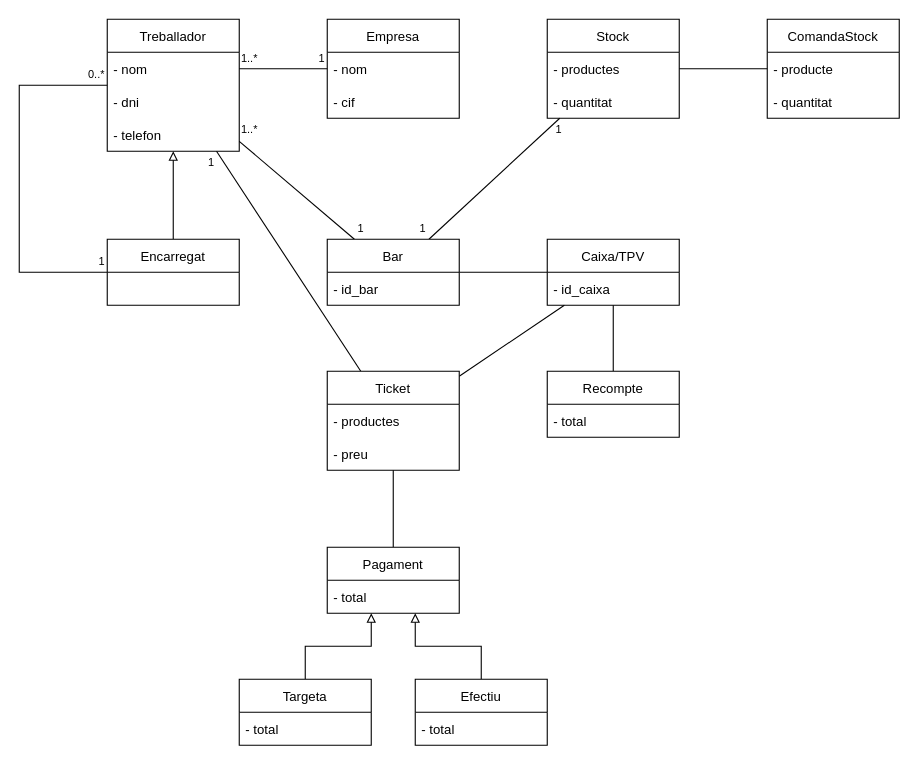
The draw.io diagram diagramaClasses.drawio in acarbonell99/projecteFinal, before the edit. Source tidied: cells renumbered, new cells numbered last; positions are measured from the earlier drawing's top-left corner, leaving out a move shared by most shapes. Both pictures are drawn from the tidied source at 110%, with x=0, y=0 at pixel (19, 19).
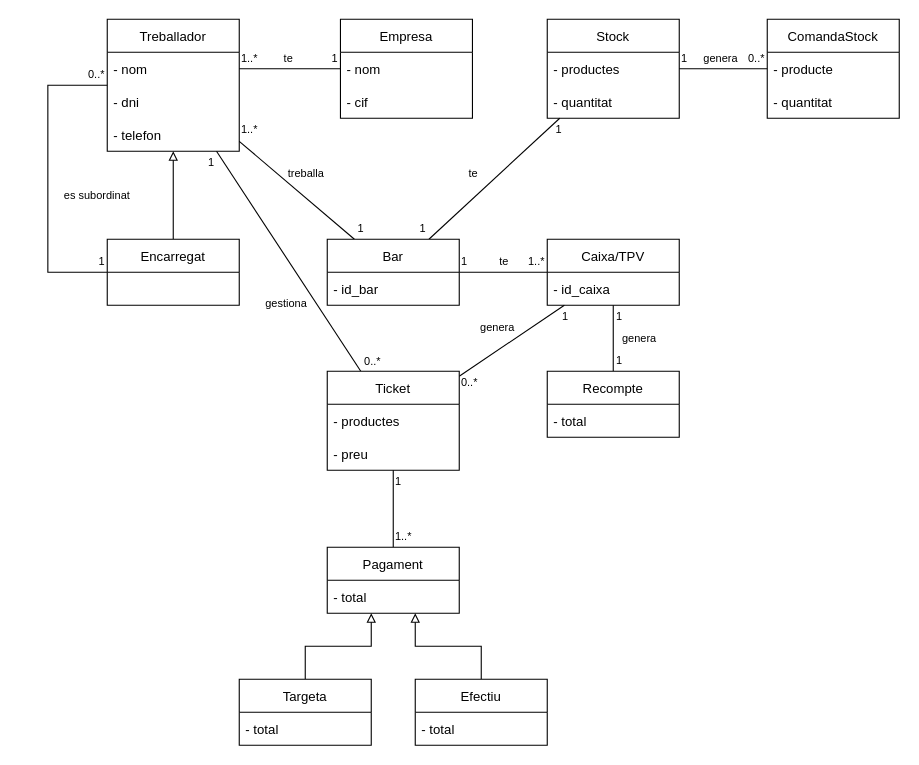
The same diagram, later.

Unchanged cells that the change refers to:
```xml
<mxCell id="8" value="Treballador" style="swimlane;fontStyle=0;horizontal=1;startSize=30;" parent="1" vertex="1">
  <mxGeometry x="80" width="120" height="120" as="geometry" />
</mxCell>
<mxCell id="13" value="Encarregat" style="swimlane;fontStyle=0;horizontal=1;startSize=30;" parent="1" vertex="1">
  <mxGeometry x="80" y="200" width="120" height="60" as="geometry" />
</mxCell>
```

The edit, as a diff of the source:
```diff
@@
     <mxCell id="2" value="Empresa" style="swimlane;fontStyle=0;horizontal=1;startSize=30;" parent="1" vertex="1">
-      <mxGeometry x="280" width="120" height="90" as="geometry" />
+      <mxGeometry x="292" width="120" height="90" as="geometry" />
     </mxCell>
@@
     <mxCell id="5" style="edgeStyle=orthogonalEdgeStyle;rounded=0;jettySize=auto;html=1;endArrow=none;endFill=0;" parent="1" edge="1" source="8" target="13">
       <mxGeometry relative="1" as="geometry">
         <Array as="points">
-          <mxPoint y="60" />
-          <mxPoint y="230" />
+          <mxPoint x="26" y="60" />
+          <mxPoint x="26" y="230" />
         </Array>
       </mxGeometry>
     </mxCell>
@@
     <mxCell id="45" value="&lt;font style=&quot;font-size: 10px&quot;&gt;1&lt;/font&gt;" style="text;html=1;strokeColor=none;fillColor=none;align=right;verticalAlign=middle;whiteSpace=wrap;rounded=0;" parent="1" vertex="1">
-      <mxGeometry x="254" y="25" width="26" height="20" as="geometry" />
+      <mxGeometry x="266" y="25" width="26" height="20" as="geometry" />
     </mxCell>
@@
+    <mxCell id="53" value="&lt;font style=&quot;font-size: 10px&quot;&gt;1&lt;/font&gt;" style="text;html=1;strokeColor=none;fillColor=none;align=left;verticalAlign=middle;whiteSpace=wrap;rounded=0;" parent="1" vertex="1">
+      <mxGeometry x="600" y="25" width="26" height="20" as="geometry" />
+    </mxCell>
+    <mxCell id="54" value="&lt;font style=&quot;font-size: 10px&quot;&gt;0..*&lt;/font&gt;" style="text;html=1;strokeColor=none;fillColor=none;align=right;verticalAlign=middle;whiteSpace=wrap;rounded=0;" parent="1" vertex="1">
+      <mxGeometry x="654" y="25" width="26" height="20" as="geometry" />
+    </mxCell>
+    <mxCell id="55" value="&lt;font style=&quot;font-size: 10px&quot;&gt;1&lt;/font&gt;" style="text;html=1;strokeColor=none;fillColor=none;align=left;verticalAlign=middle;whiteSpace=wrap;rounded=0;" parent="1" vertex="1">
+      <mxGeometry x="400" y="210" width="26" height="20" as="geometry" />
+    </mxCell>
+    <mxCell id="56" value="&lt;font style=&quot;font-size: 10px&quot;&gt;1..*&lt;/font&gt;" style="text;html=1;strokeColor=none;fillColor=none;align=right;verticalAlign=middle;whiteSpace=wrap;rounded=0;" parent="1" vertex="1">
+      <mxGeometry x="454" y="210" width="26" height="20" as="geometry" />
+    </mxCell>
+    <mxCell id="57" value="&lt;font style=&quot;font-size: 10px&quot;&gt;1&lt;/font&gt;" style="text;html=1;strokeColor=none;fillColor=none;align=left;verticalAlign=middle;whiteSpace=wrap;rounded=0;" parent="1" vertex="1">
+      <mxGeometry x="541" y="260" width="26" height="20" as="geometry" />
+    </mxCell>
+    <mxCell id="58" value="&lt;font style=&quot;font-size: 10px&quot;&gt;1&lt;/font&gt;" style="text;html=1;strokeColor=none;fillColor=none;align=left;verticalAlign=middle;whiteSpace=wrap;rounded=0;" parent="1" vertex="1">
+      <mxGeometry x="541" y="300" width="26" height="20" as="geometry" />
+    </mxCell>
+    <mxCell id="59" value="&lt;font style=&quot;font-size: 10px&quot;&gt;1&lt;/font&gt;" style="text;html=1;strokeColor=none;fillColor=none;align=left;verticalAlign=middle;whiteSpace=wrap;rounded=0;" parent="1" vertex="1">
+      <mxGeometry x="340" y="410" width="26" height="20" as="geometry" />
+    </mxCell>
+    <mxCell id="60" value="&lt;font style=&quot;font-size: 10px&quot;&gt;1..*&lt;/font&gt;" style="text;html=1;strokeColor=none;fillColor=none;align=left;verticalAlign=middle;whiteSpace=wrap;rounded=0;" parent="1" vertex="1">
+      <mxGeometry x="340" y="460" width="26" height="20" as="geometry" />
+    </mxCell>
+    <mxCell id="61" value="&lt;font style=&quot;font-size: 10px&quot;&gt;0..*&lt;/font&gt;" style="text;html=1;strokeColor=none;fillColor=none;align=left;verticalAlign=middle;whiteSpace=wrap;rounded=0;" parent="1" vertex="1">
+      <mxGeometry x="400" y="320" width="26" height="20" as="geometry" />
+    </mxCell>
+    <mxCell id="62" value="&lt;font style=&quot;font-size: 10px&quot;&gt;1&lt;/font&gt;" style="text;html=1;strokeColor=none;fillColor=none;align=left;verticalAlign=middle;whiteSpace=wrap;rounded=0;" parent="1" vertex="1">
+      <mxGeometry x="492" y="260" width="26" height="20" as="geometry" />
+    </mxCell>
+    <mxCell id="63" value="&lt;font style=&quot;font-size: 10px&quot;&gt;0..*&lt;/font&gt;" style="text;html=1;strokeColor=none;fillColor=none;align=left;verticalAlign=middle;whiteSpace=wrap;rounded=0;" parent="1" vertex="1">
+      <mxGeometry x="312" y="301" width="26" height="20" as="geometry" />
+    </mxCell>
+    <mxCell id="64" value="&lt;font style=&quot;font-size: 10px&quot;&gt;te&lt;/font&gt;" style="text;html=1;strokeColor=none;fillColor=none;align=center;verticalAlign=middle;whiteSpace=wrap;rounded=0;" parent="1" vertex="1">
+      <mxGeometry x="210" y="25" width="70" height="20" as="geometry" />
+    </mxCell>
+    <mxCell id="65" value="&lt;font style=&quot;font-size: 10px&quot;&gt;es subordinat&lt;/font&gt;" style="text;html=1;strokeColor=none;fillColor=none;align=center;verticalAlign=middle;whiteSpace=wrap;rounded=0;" parent="1" vertex="1">
+      <mxGeometry x="36" y="150" width="70" height="20" as="geometry" />
+    </mxCell>
+    <mxCell id="66" value="&lt;font style=&quot;font-size: 10px&quot;&gt;treballa&lt;/font&gt;" style="text;html=1;strokeColor=none;fillColor=none;align=center;verticalAlign=middle;whiteSpace=wrap;rounded=0;" parent="1" vertex="1">
+      <mxGeometry x="226" y="130" width="70" height="20" as="geometry" />
+    </mxCell>
+    <mxCell id="67" value="&lt;font style=&quot;font-size: 10px&quot;&gt;te&lt;/font&gt;" style="text;html=1;strokeColor=none;fillColor=none;align=center;verticalAlign=middle;whiteSpace=wrap;rounded=0;" parent="1" vertex="1">
+      <mxGeometry x="378" y="130" width="70" height="20" as="geometry" />
+    </mxCell>
+    <mxCell id="68" value="&lt;font style=&quot;font-size: 10px&quot;&gt;genera&lt;/font&gt;" style="text;html=1;strokeColor=none;fillColor=none;align=center;verticalAlign=middle;whiteSpace=wrap;rounded=0;" parent="1" vertex="1">
+      <mxGeometry x="603" y="25" width="70" height="20" as="geometry" />
+    </mxCell>
+    <mxCell id="69" value="&lt;font style=&quot;font-size: 10px&quot;&gt;te&lt;/font&gt;" style="text;html=1;strokeColor=none;fillColor=none;align=center;verticalAlign=middle;whiteSpace=wrap;rounded=0;" parent="1" vertex="1">
+      <mxGeometry x="406" y="210" width="70" height="20" as="geometry" />
+    </mxCell>
+    <mxCell id="70" value="&lt;font style=&quot;font-size: 10px&quot;&gt;genera&lt;/font&gt;" style="text;html=1;strokeColor=none;fillColor=none;align=center;verticalAlign=middle;whiteSpace=wrap;rounded=0;" parent="1" vertex="1">
+      <mxGeometry x="529" y="280" width="70" height="20" as="geometry" />
+    </mxCell>
+    <mxCell id="71" value="&lt;font style=&quot;font-size: 10px&quot;&gt;genera&lt;/font&gt;" style="text;html=1;strokeColor=none;fillColor=none;align=center;verticalAlign=middle;whiteSpace=wrap;rounded=0;" parent="1" vertex="1">
+      <mxGeometry x="399.5" y="270" width="70" height="20" as="geometry" />
+    </mxCell>
+    <mxCell id="72" value="&lt;font style=&quot;font-size: 10px&quot;&gt;gestiona&lt;/font&gt;" style="text;html=1;strokeColor=none;fillColor=none;align=center;verticalAlign=middle;whiteSpace=wrap;rounded=0;" parent="1" vertex="1">
+      <mxGeometry x="208" y="248" width="70" height="20" as="geometry" />
+    </mxCell>
```
